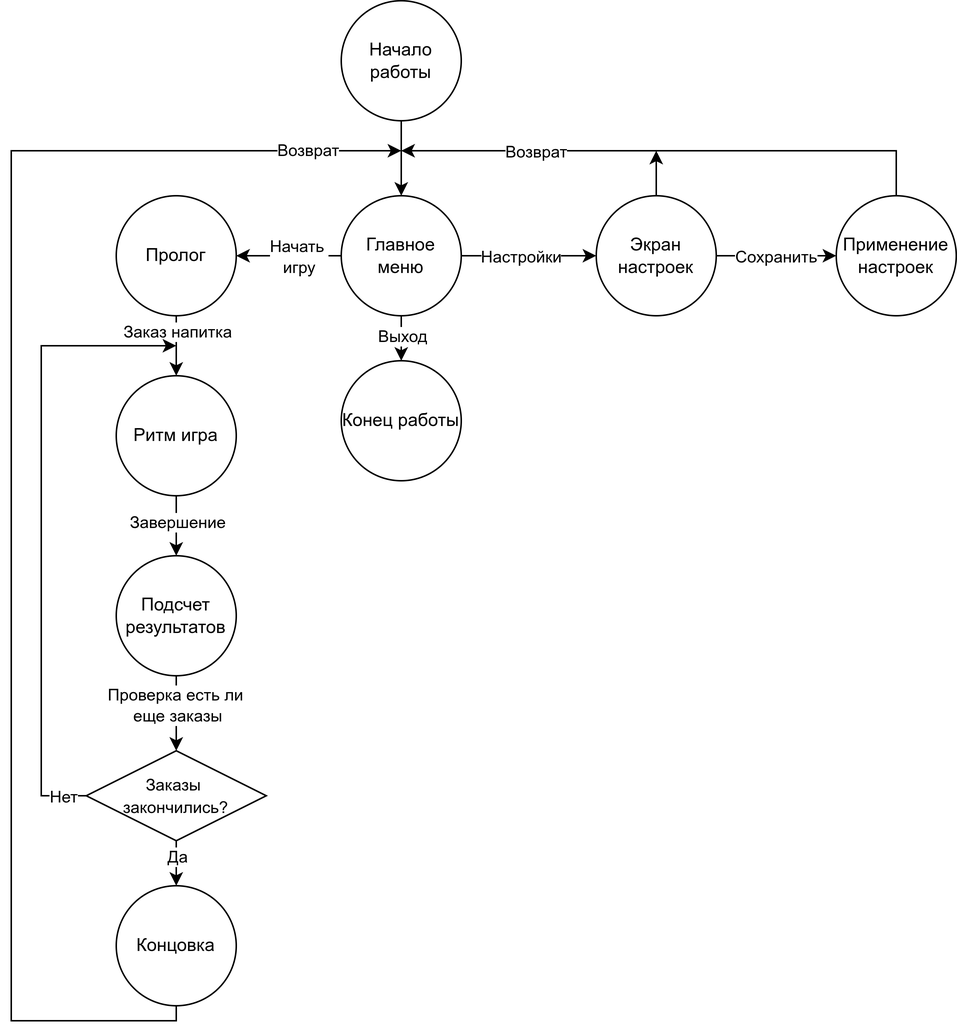
bruress/Cuppa keeps this draw.io diagram as project/drawio/ДиаграммаСостоянийИгры.drawio.png. Above is the earlier version. Source tidied: cells renumbered, new cells last; positions are measured from the earlier drawing's top-left corner, leaving out a move shared by most shapes.
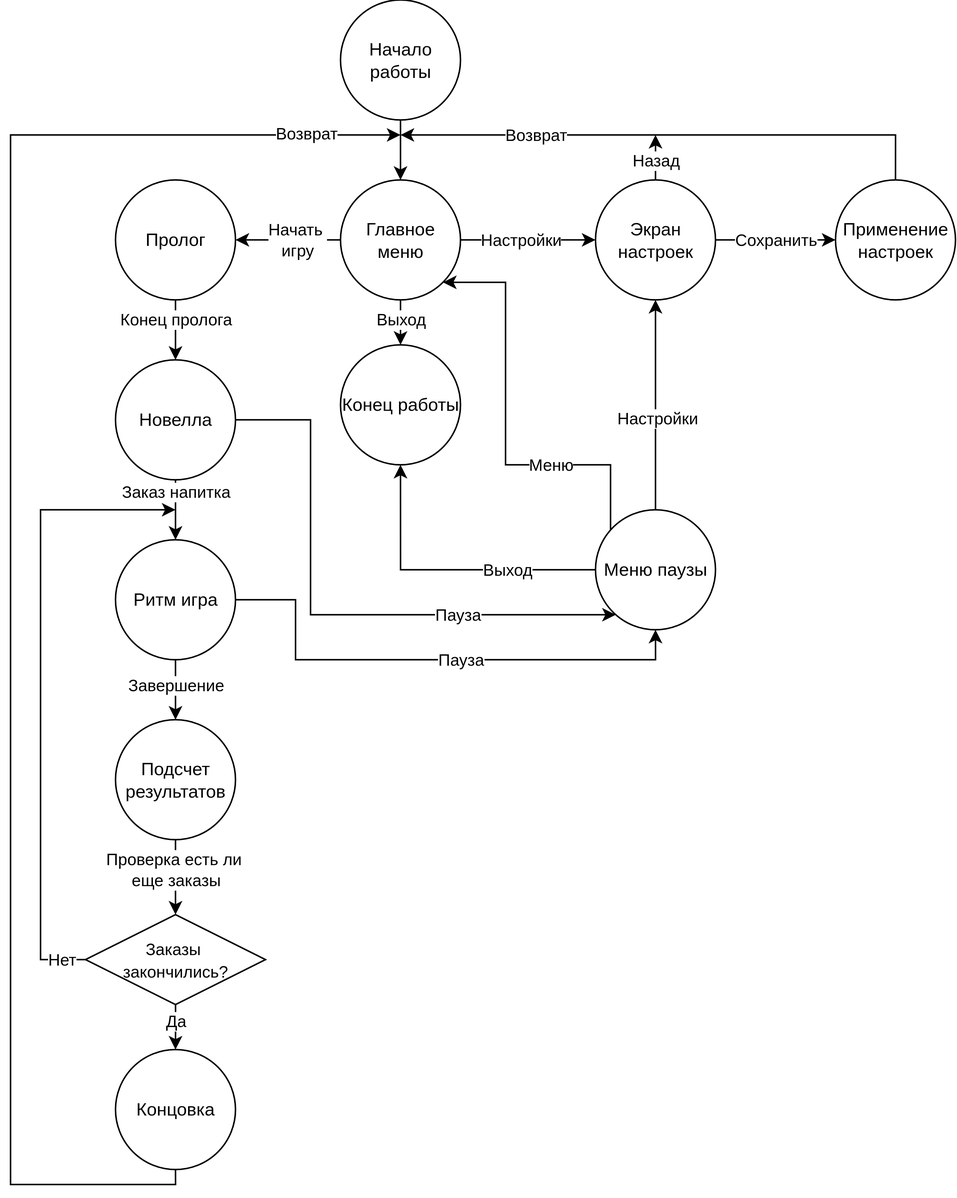
After the commit.

Diff of the diagram source:
```diff
@@ -6,7 +6,7 @@
       <mxGeometry relative="1" as="geometry" />
     </mxCell>
     <mxCell id="3" value="Начало работы" style="ellipse;whiteSpace=wrap;html=1;" parent="1" vertex="1">
-      <mxGeometry x="220" width="80" height="80" as="geometry" />
+      <mxGeometry x="220" y="10" width="80" height="80" as="geometry" />
     </mxCell>
     <mxCell id="4" style="edgeStyle=orthogonalEdgeStyle;rounded=0;jettySize=auto;html=1;entryX=1;entryY=0.5;entryDx=0;entryDy=0;" parent="1" edge="1" source="10" target="17">
       <mxGeometry relative="1" as="geometry" />
@@ -48,6 +48,9 @@
         <mxPoint x="430" y="100" as="targetPoint" />
       </mxGeometry>
     </mxCell>
+    <mxCell id="36" value="Назад" style="edgeLabel;html=1;align=center;verticalAlign=middle;" parent="13" vertex="1">
+      <mxGeometry x="0.33" relative="1" as="geometry" />
+    </mxCell>
     <mxCell id="14" value="Экран настроек" style="ellipse;whiteSpace=wrap;html=1;" parent="1" vertex="1">
       <mxGeometry x="390" y="130" width="80" height="80" as="geometry" />
     </mxCell>
@@ -56,11 +59,11 @@
         <mxPoint x="110" y="250" as="targetPoint" />
       </mxGeometry>
     </mxCell>
-    <mxCell id="16" value="Заказ напитка" style="edgeLabel;html=1;align=center;verticalAlign=middle;" parent="15" vertex="1">
-      <mxGeometry x="-0.23" relative="1" as="geometry">
-        <mxPoint y="-5" as="offset" />
-      </mxGeometry>
-    </mxCell>
+    <mxCell id="37" value="Конец пролога" style="edgeLabel;html=1;align=center;verticalAlign=middle;" parent="15" vertex="1">
+      <mxGeometry x="-0.33" y="-2" relative="1" as="geometry">
+        <mxPoint x="2" as="offset" />
+      </mxGeometry>
+    </mxCell>
     <mxCell id="17" value="Пролог" style="ellipse;whiteSpace=wrap;html=1;" parent="1" vertex="1">
       <mxGeometry x="70" y="130" width="80" height="80" as="geometry" />
     </mxCell>
@@ -73,8 +76,22 @@
     <mxCell id="20" value="Завершение" style="edgeLabel;html=1;align=center;verticalAlign=middle;" parent="19" vertex="1">
       <mxGeometry x="-0.16" relative="1" as="geometry" />
     </mxCell>
+    <mxCell id="38" style="edgeStyle=orthogonalEdgeStyle;rounded=0;jettySize=auto;html=1;entryX=0.5;entryY=1;entryDx=0;entryDy=0;exitX=1;exitY=0.5;exitDx=0;exitDy=0;" parent="1" edge="1" source="21" target="46">
+      <mxGeometry relative="1" as="geometry">
+        <Array as="points">
+          <mxPoint x="190" y="410" />
+          <mxPoint x="190" y="450" />
+          <mxPoint x="430" y="450" />
+        </Array>
+      </mxGeometry>
+    </mxCell>
+    <mxCell id="39" value="Пауза" style="edgeLabel;html=1;align=center;verticalAlign=middle;" parent="38" vertex="1">
+      <mxGeometry x="-0.32" relative="1" as="geometry">
+        <mxPoint x="73" as="offset" />
+      </mxGeometry>
+    </mxCell>
     <mxCell id="21" value="Ритм игра" style="ellipse;whiteSpace=wrap;html=1;" parent="1" vertex="1">
-      <mxGeometry x="70" y="250" width="80" height="80" as="geometry" />
+      <mxGeometry x="70" y="370" width="80" height="80" as="geometry" />
     </mxCell>
     <mxCell id="22" style="edgeStyle=orthogonalEdgeStyle;rounded=0;jettySize=auto;html=1;entryX=0.5;entryY=0;entryDx=0;entryDy=0;" parent="1" edge="1" source="24" target="29">
       <mxGeometry relative="1" as="geometry" />
@@ -85,7 +102,7 @@
       </mxGeometry>
     </mxCell>
     <mxCell id="24" value="Подсчет результатов" style="ellipse;whiteSpace=wrap;html=1;" parent="1" vertex="1">
-      <mxGeometry x="70" y="370" width="80" height="80" as="geometry" />
+      <mxGeometry x="70" y="490" width="80" height="80" as="geometry" />
     </mxCell>
     <mxCell id="25" style="edgeStyle=orthogonalEdgeStyle;rounded=0;jettySize=auto;html=1;entryX=0.5;entryY=0;entryDx=0;entryDy=0;" parent="1" edge="1" source="29" target="31">
       <mxGeometry relative="1" as="geometry" />
@@ -97,10 +114,10 @@
     </mxCell>
     <mxCell id="27" style="edgeStyle=orthogonalEdgeStyle;rounded=0;jettySize=auto;html=1;exitX=0;exitY=0.5;exitDx=0;exitDy=0;" parent="1" edge="1" source="29">
       <mxGeometry relative="1" as="geometry">
-        <mxPoint x="110" y="230" as="targetPoint" />
+        <mxPoint x="110" y="350" as="targetPoint" />
         <Array as="points">
-          <mxPoint x="20" y="530" />
-          <mxPoint x="20" y="230" />
+          <mxPoint x="20" y="650" />
+          <mxPoint x="20" y="350" />
         </Array>
       </mxGeometry>
     </mxCell>
@@ -110,20 +127,20 @@
       </mxGeometry>
     </mxCell>
     <mxCell id="29" value="&lt;font style=&quot;font-size: 11px;&quot;&gt;Заказы&amp;nbsp;&lt;/font&gt;&lt;div&gt;&lt;font style=&quot;font-size: 11px;&quot;&gt;закончились?&lt;/font&gt;&lt;/div&gt;" style="rhombus;whiteSpace=wrap;html=1;" parent="1" vertex="1">
-      <mxGeometry x="50" y="500" width="120" height="60" as="geometry" />
+      <mxGeometry x="50" y="620" width="120" height="60" as="geometry" />
     </mxCell>
     <mxCell id="30" style="edgeStyle=orthogonalEdgeStyle;rounded=0;jettySize=auto;html=1;" parent="1" edge="1" source="31">
       <mxGeometry relative="1" as="geometry">
         <mxPoint x="260" y="100" as="targetPoint" />
         <Array as="points">
-          <mxPoint x="110" y="680" />
-          <mxPoint y="680" />
+          <mxPoint x="110" y="800" />
+          <mxPoint y="800" />
           <mxPoint y="100" />
         </Array>
       </mxGeometry>
     </mxCell>
     <mxCell id="31" value="Концовка" style="ellipse;whiteSpace=wrap;html=1;" parent="1" vertex="1">
-      <mxGeometry x="70" y="590" width="80" height="80" as="geometry" />
+      <mxGeometry x="70" y="710" width="80" height="80" as="geometry" />
     </mxCell>
     <mxCell id="32" style="edgeStyle=orthogonalEdgeStyle;rounded=0;jettySize=auto;html=1;" parent="1" edge="1" source="34">
       <mxGeometry relative="1" as="geometry">
@@ -147,5 +164,58 @@
         <mxPoint x="-83" y="15" as="offset" />
       </mxGeometry>
     </mxCell>
+    <mxCell id="40" style="edgeStyle=orthogonalEdgeStyle;rounded=0;jettySize=auto;html=1;entryX=0.5;entryY=1;entryDx=0;entryDy=0;" parent="1" edge="1" source="46" target="14">
+      <mxGeometry relative="1" as="geometry" />
+    </mxCell>
+    <mxCell id="41" value="Настройки" style="edgeLabel;html=1;align=center;verticalAlign=middle;" parent="40" vertex="1">
+      <mxGeometry x="-0.13" y="-1" relative="1" as="geometry" />
+    </mxCell>
+    <mxCell id="42" style="edgeStyle=orthogonalEdgeStyle;rounded=0;jettySize=auto;html=1;entryX=0.5;entryY=1;entryDx=0;entryDy=0;" parent="1" edge="1" source="46" target="18">
+      <mxGeometry relative="1" as="geometry" />
+    </mxCell>
+    <mxCell id="43" value="Выход" style="edgeLabel;html=1;align=center;verticalAlign=middle;" parent="42" vertex="1">
+      <mxGeometry x="-0.07" y="-1" relative="1" as="geometry">
+        <mxPoint x="33" y="1" as="offset" />
+      </mxGeometry>
+    </mxCell>
+    <mxCell id="44" style="edgeStyle=orthogonalEdgeStyle;rounded=0;jettySize=auto;html=1;entryX=1;entryY=1;entryDx=0;entryDy=0;" parent="1" edge="1" source="46" target="10">
+      <mxGeometry relative="1" as="geometry">
+        <Array as="points">
+          <mxPoint x="400" y="320" />
+          <mxPoint x="330" y="320" />
+          <mxPoint x="330" y="198" />
+        </Array>
+      </mxGeometry>
+    </mxCell>
+    <mxCell id="45" value="Меню" style="edgeLabel;html=1;align=center;verticalAlign=middle;" parent="44" vertex="1">
+      <mxGeometry x="-0.38" y="2" relative="1" as="geometry">
+        <mxPoint x="2" y="-2" as="offset" />
+      </mxGeometry>
+    </mxCell>
+    <mxCell id="46" value="Меню паузы" style="ellipse;whiteSpace=wrap;html=1;" parent="1" vertex="1">
+      <mxGeometry x="390" y="350" width="80" height="80" as="geometry" />
+    </mxCell>
+    <mxCell id="47" style="edgeStyle=orthogonalEdgeStyle;rounded=0;jettySize=auto;html=1;entryX=0.5;entryY=0;entryDx=0;entryDy=0;" parent="1" edge="1" source="50" target="21">
+      <mxGeometry relative="1" as="geometry" />
+    </mxCell>
+    <mxCell id="16" value="Заказ напитка" style="edgeLabel;html=1;align=center;verticalAlign=middle;" parent="47" vertex="1">
+      <mxGeometry x="-0.61" relative="1" as="geometry" />
+    </mxCell>
+    <mxCell id="48" style="edgeStyle=orthogonalEdgeStyle;rounded=0;jettySize=auto;html=1;" parent="1" edge="1" source="50" target="46">
+      <mxGeometry relative="1" as="geometry">
+        <Array as="points">
+          <mxPoint x="200" y="290" />
+          <mxPoint x="200" y="420" />
+        </Array>
+      </mxGeometry>
+    </mxCell>
+    <mxCell id="49" value="Пауза" style="edgeLabel;html=1;align=center;verticalAlign=middle;" parent="48" vertex="1">
+      <mxGeometry x="0.26" y="-1" relative="1" as="geometry">
+        <mxPoint x="36" y="-1" as="offset" />
+      </mxGeometry>
+    </mxCell>
+    <mxCell id="50" value="Новелла" style="ellipse;whiteSpace=wrap;html=1;" parent="1" vertex="1">
+      <mxGeometry x="70" y="250" width="80" height="80" as="geometry" />
+    </mxCell>
   </root>
 </mxGraphModel>
```
